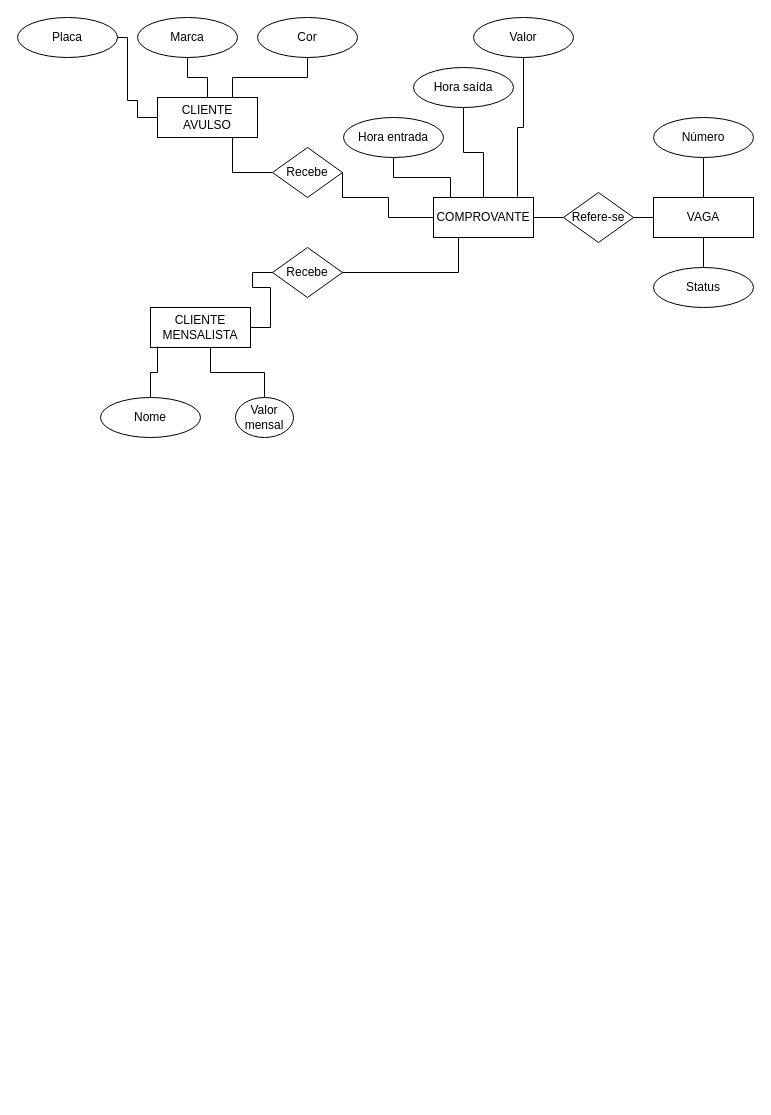
This is Diagrama sem nome.drawio from gustavo-plc/atlas, a draw.io file, before an edit. Source tidied: cells renumbered, new cells numbered last; positions are measured from the earlier drawing's top-left corner, leaving out a move shared by most shapes. Both pictures are drawn from the tidied source at 100%, with x=0, y=0 at pixel (17, 17).
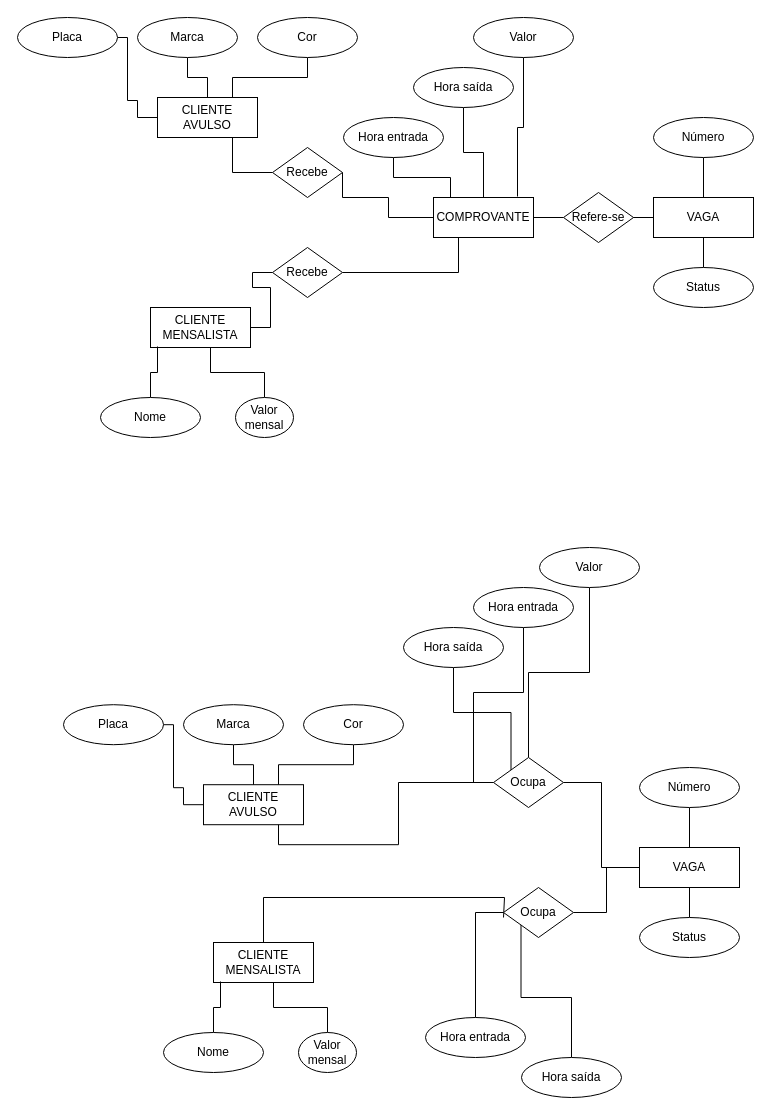
Above is the later version.

The edit, as a diff of the source:
```diff
@@
+    <mxCell id="35" value="VAGA" style="whiteSpace=wrap;html=1;align=center;" parent="1" vertex="1">
+      <mxGeometry x="622" y="830" width="100" height="40" as="geometry" />
+    </mxCell>
+    <mxCell id="36" style="edgeStyle=orthogonalEdgeStyle;rounded=0;jettySize=auto;html=1;entryX=0;entryY=0.5;entryDx=0;entryDy=0;endArrow=none;endFill=0;" parent="1" edge="1" source="37" target="38">
+      <mxGeometry relative="1" as="geometry">
+        <Array as="points">
+          <mxPoint x="156" y="707.2" />
+          <mxPoint x="156" y="770.2" />
+          <mxPoint x="166" y="770.2" />
+          <mxPoint x="166" y="787.2" />
+        </Array>
+      </mxGeometry>
+    </mxCell>
+    <mxCell id="37" value="Placa" style="ellipse;whiteSpace=wrap;html=1;align=center;spacingLeft=0;" parent="1" vertex="1">
+      <mxGeometry x="46" y="687.2" width="100" height="40" as="geometry" />
+    </mxCell>
+    <mxCell id="38" value="CLIENTE AVULSO" style="whiteSpace=wrap;html=1;align=center;" parent="1" vertex="1">
+      <mxGeometry x="186" y="767.2" width="100" height="40" as="geometry" />
+    </mxCell>
+    <mxCell id="39" style="edgeStyle=orthogonalEdgeStyle;rounded=0;jettySize=auto;html=1;endArrow=none;endFill=0;" parent="1" edge="1" source="40">
+      <mxGeometry relative="1" as="geometry">
+        <mxPoint x="486" y="900" as="targetPoint" />
+        <Array as="points">
+          <mxPoint x="246" y="880" />
+          <mxPoint x="487" y="880" />
+          <mxPoint x="487" y="900" />
+        </Array>
+      </mxGeometry>
+    </mxCell>
+    <mxCell id="40" value="CLIENTE MENSALISTA" style="whiteSpace=wrap;html=1;align=center;" parent="1" vertex="1">
+      <mxGeometry x="196" y="925" width="100" height="40" as="geometry" />
+    </mxCell>
+    <mxCell id="41" style="edgeStyle=orthogonalEdgeStyle;rounded=0;jettySize=auto;html=1;entryX=0.5;entryY=0;entryDx=0;entryDy=0;endArrow=none;endFill=0;" parent="1" edge="1" source="42" target="38">
+      <mxGeometry relative="1" as="geometry" />
+    </mxCell>
+    <mxCell id="42" value="Marca" style="ellipse;whiteSpace=wrap;html=1;align=center;spacingLeft=0;" parent="1" vertex="1">
+      <mxGeometry x="166" y="687.2" width="100" height="40" as="geometry" />
+    </mxCell>
+    <mxCell id="43" style="edgeStyle=orthogonalEdgeStyle;rounded=0;jettySize=auto;html=1;entryX=0.75;entryY=0;entryDx=0;entryDy=0;endArrow=none;endFill=0;" parent="1" edge="1" source="44" target="38">
+      <mxGeometry relative="1" as="geometry" />
+    </mxCell>
+    <mxCell id="44" value="Cor" style="ellipse;whiteSpace=wrap;html=1;align=center;spacingLeft=0;" parent="1" vertex="1">
+      <mxGeometry x="286" y="687.2" width="100" height="40" as="geometry" />
+    </mxCell>
+    <mxCell id="45" style="edgeStyle=orthogonalEdgeStyle;rounded=0;jettySize=auto;html=1;entryX=0.07;entryY=0.975;entryDx=0;entryDy=0;entryPerimeter=0;endArrow=none;endFill=0;" parent="1" edge="1" source="46" target="40">
+      <mxGeometry relative="1" as="geometry" />
+    </mxCell>
+    <mxCell id="46" value="Nome" style="ellipse;whiteSpace=wrap;html=1;align=center;spacingLeft=0;" parent="1" vertex="1">
+      <mxGeometry x="146" y="1015" width="100" height="40" as="geometry" />
+    </mxCell>
+    <mxCell id="47" style="edgeStyle=orthogonalEdgeStyle;rounded=0;jettySize=auto;html=1;entryX=0.6;entryY=1;entryDx=0;entryDy=0;entryPerimeter=0;endArrow=none;endFill=0;" parent="1" edge="1" source="48" target="40">
+      <mxGeometry relative="1" as="geometry" />
+    </mxCell>
+    <mxCell id="48" value="Valor mensal" style="ellipse;whiteSpace=wrap;html=1;align=center;spacingLeft=0;" parent="1" vertex="1">
+      <mxGeometry x="281" y="1015" width="58" height="40" as="geometry" />
+    </mxCell>
+    <mxCell id="49" style="edgeStyle=orthogonalEdgeStyle;rounded=0;jettySize=auto;html=1;entryX=0.5;entryY=1;entryDx=0;entryDy=0;endArrow=none;endFill=0;" parent="1" edge="1" source="50" target="35">
+      <mxGeometry relative="1" as="geometry" />
+    </mxCell>
+    <mxCell id="50" value="Status" style="ellipse;whiteSpace=wrap;html=1;align=center;spacingLeft=0;" parent="1" vertex="1">
+      <mxGeometry x="622" y="900" width="100" height="40" as="geometry" />
+    </mxCell>
+    <mxCell id="51" style="edgeStyle=orthogonalEdgeStyle;rounded=0;jettySize=auto;html=1;entryX=0.5;entryY=0;entryDx=0;entryDy=0;endArrow=none;endFill=0;" parent="1" edge="1" source="52" target="35">
+      <mxGeometry relative="1" as="geometry" />
+    </mxCell>
+    <mxCell id="52" value="Número" style="ellipse;whiteSpace=wrap;html=1;align=center;spacingLeft=0;" parent="1" vertex="1">
+      <mxGeometry x="622" y="750" width="100" height="40" as="geometry" />
+    </mxCell>
+    <mxCell id="53" style="edgeStyle=orthogonalEdgeStyle;rounded=0;jettySize=auto;html=1;entryX=0;entryY=0.5;entryDx=0;entryDy=0;endArrow=none;endFill=0;" parent="1" edge="1" source="54" target="61">
+      <mxGeometry relative="1" as="geometry" />
+    </mxCell>
+    <mxCell id="54" value="Hora entrada" style="ellipse;whiteSpace=wrap;html=1;align=center;spacingLeft=0;" parent="1" vertex="1">
+      <mxGeometry x="456" y="570" width="100" height="40" as="geometry" />
+    </mxCell>
+    <mxCell id="55" style="edgeStyle=orthogonalEdgeStyle;rounded=0;jettySize=auto;html=1;entryX=0;entryY=0;entryDx=0;entryDy=0;endArrow=none;endFill=0;" parent="1" edge="1" source="56" target="61">
+      <mxGeometry relative="1" as="geometry" />
+    </mxCell>
+    <mxCell id="56" value="Hora saída" style="ellipse;whiteSpace=wrap;html=1;align=center;spacingLeft=0;" parent="1" vertex="1">
+      <mxGeometry x="386" y="610" width="100" height="40" as="geometry" />
+    </mxCell>
+    <mxCell id="57" style="edgeStyle=orthogonalEdgeStyle;rounded=0;jettySize=auto;html=1;entryX=0.5;entryY=0;entryDx=0;entryDy=0;endArrow=none;endFill=0;" parent="1" edge="1" source="58" target="61">
+      <mxGeometry relative="1" as="geometry" />
+    </mxCell>
+    <mxCell id="58" value="Valor" style="ellipse;whiteSpace=wrap;html=1;align=center;spacingLeft=0;" parent="1" vertex="1">
+      <mxGeometry x="522" y="530" width="100" height="40" as="geometry" />
+    </mxCell>
+    <mxCell id="59" style="edgeStyle=orthogonalEdgeStyle;rounded=0;jettySize=auto;html=1;entryX=0.75;entryY=1;entryDx=0;entryDy=0;endArrow=none;endFill=0;exitX=0;exitY=0.5;exitDx=0;exitDy=0;" parent="1" edge="1" source="61" target="38">
+      <mxGeometry relative="1" as="geometry" />
+    </mxCell>
+    <mxCell id="60" style="edgeStyle=orthogonalEdgeStyle;rounded=0;jettySize=auto;html=1;entryX=0;entryY=0.5;entryDx=0;entryDy=0;endArrow=none;endFill=0;" parent="1" edge="1" source="61" target="35">
+      <mxGeometry relative="1" as="geometry" />
+    </mxCell>
+    <mxCell id="61" value="Ocupa" style="shape=rhombus;perimeter=rhombusPerimeter;whiteSpace=wrap;html=1;align=center;" parent="1" vertex="1">
+      <mxGeometry x="476" y="740" width="70" height="50" as="geometry" />
+    </mxCell>
+    <mxCell id="62" style="edgeStyle=orthogonalEdgeStyle;rounded=0;jettySize=auto;html=1;entryX=0;entryY=0.5;entryDx=0;entryDy=0;endArrow=none;endFill=0;" parent="1" edge="1" source="63" target="67">
+      <mxGeometry relative="1" as="geometry" />
+    </mxCell>
+    <mxCell id="63" value="Hora entrada" style="ellipse;whiteSpace=wrap;html=1;align=center;spacingLeft=0;" parent="1" vertex="1">
+      <mxGeometry x="408" y="1000" width="100" height="40" as="geometry" />
+    </mxCell>
+    <mxCell id="64" style="edgeStyle=orthogonalEdgeStyle;rounded=0;jettySize=auto;html=1;entryX=0;entryY=0;entryDx=0;entryDy=0;endArrow=none;endFill=0;" parent="1" edge="1" source="65" target="67">
+      <mxGeometry relative="1" as="geometry" />
+    </mxCell>
+    <mxCell id="65" value="Hora saída" style="ellipse;whiteSpace=wrap;html=1;align=center;spacingLeft=0;" parent="1" vertex="1">
+      <mxGeometry x="504" y="1040" width="100" height="40" as="geometry" />
+    </mxCell>
+    <mxCell id="66" style="edgeStyle=orthogonalEdgeStyle;rounded=0;jettySize=auto;html=1;entryX=1;entryY=0.5;entryDx=0;entryDy=0;endArrow=none;endFill=0;exitX=0;exitY=0.5;exitDx=0;exitDy=0;" parent="1" edge="1" source="35" target="67">
+      <mxGeometry relative="1" as="geometry" />
+    </mxCell>
+    <mxCell id="67" value="Ocupa" style="shape=rhombus;perimeter=rhombusPerimeter;whiteSpace=wrap;html=1;align=center;" parent="1" vertex="1">
+      <mxGeometry x="486" y="870" width="70" height="50" as="geometry" />
+    </mxCell>
```
